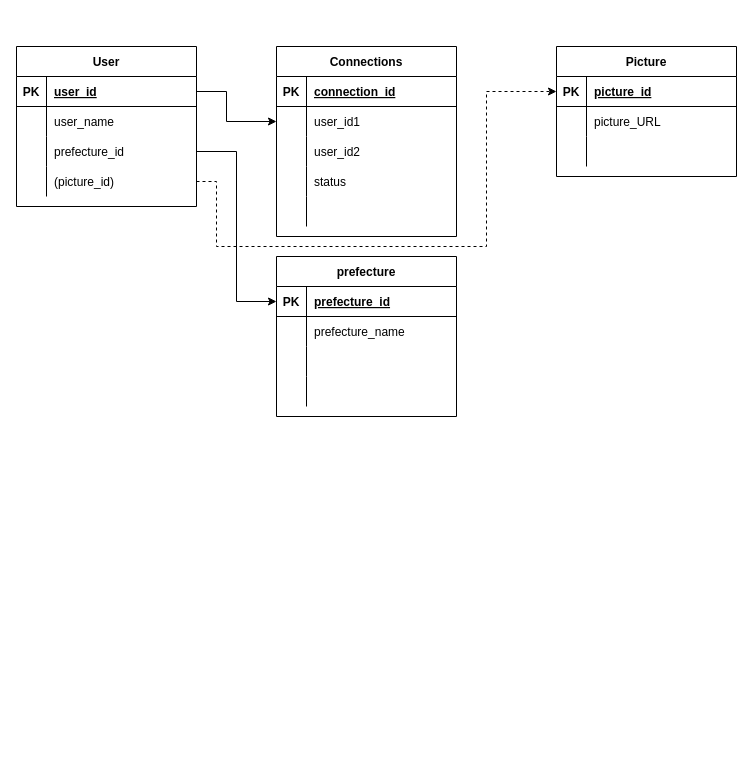
The draw.io diagram HackU_DB.drawio in alex64Doby/HackU, before the edit. Source tidied: cells renumbered, new cells numbered last; positions are measured from the earlier drawing's top-left corner, leaving out a move shared by most shapes. Both pictures are drawn from the tidied source at 100%, with x=0, y=0 at pixel (16, 46).
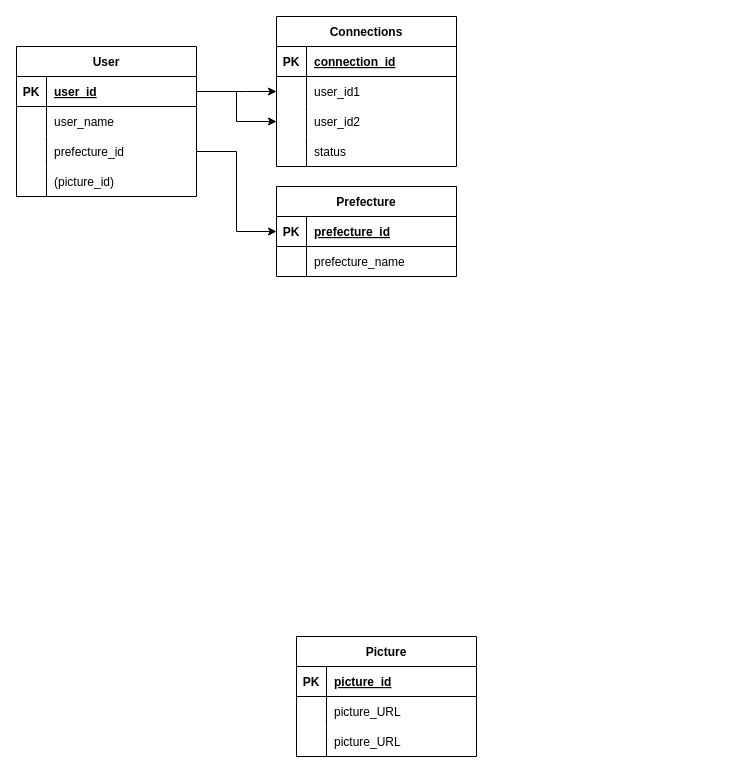
The same page after the edit.

Unchanged cells that the change refers to:
```xml
<mxCell id="3" style="shape=tableRow;horizontal=0;startSize=0;swimlaneHead=0;swimlaneBody=0;fillColor=none;points=[[0,0.5],[1,0.5]];portConstraint=eastwest;top=0;left=0;right=0;bottom=1;" parent="2" vertex="1">
  <mxGeometry y="30" width="180" height="30" as="geometry" />
</mxCell>
<mxCell id="12" style="shape=tableRow;horizontal=0;startSize=0;swimlaneHead=0;swimlaneBody=0;fillColor=none;points=[[0,0.5],[1,0.5]];portConstraint=eastwest;top=0;left=0;right=0;bottom=0;" parent="2" vertex="1">
  <mxGeometry y="120" width="180" height="30" as="geometry" />
</mxCell>
<mxCell id="33" style="shape=tableRow;horizontal=0;startSize=0;swimlaneHead=0;swimlaneBody=0;fillColor=none;points=[[0,0.5],[1,0.5]];portConstraint=eastwest;top=0;left=0;right=0;bottom=0;" parent="29" vertex="1">
  <mxGeometry y="60" width="180" height="30" as="geometry" />
</mxCell>
<mxCell id="36" style="shape=tableRow;horizontal=0;startSize=0;swimlaneHead=0;swimlaneBody=0;fillColor=none;points=[[0,0.5],[1,0.5]];portConstraint=eastwest;top=0;left=0;right=0;bottom=0;" parent="29" vertex="1">
  <mxGeometry y="90" width="180" height="30" as="geometry" />
</mxCell>
```

Change to the diagram source:
```diff
@@
+    <mxCell id="45" value="Picture" style="shape=table;startSize=30;childLayout=tableLayout;rowLines=0;fontStyle=1;align=center;" parent="1" vertex="1">
+      <mxGeometry x="280" y="590" width="180" height="120" as="geometry" />
+    </mxCell>
+    <mxCell id="46" style="shape=tableRow;horizontal=0;startSize=0;swimlaneHead=0;swimlaneBody=0;fillColor=none;points=[[0,0.5],[1,0.5]];portConstraint=eastwest;top=0;left=0;right=0;bottom=1;" parent="45" vertex="1">
+      <mxGeometry y="30" width="180" height="30" as="geometry" />
+    </mxCell>
+    <mxCell id="47" value="PK" style="shape=partialRectangle;fillColor=none;top=0;left=0;bottom=0;right=0;fontStyle=1;overflow=hidden;" parent="46" vertex="1">
+      <mxGeometry width="30" height="30" as="geometry" />
+    </mxCell>
+    <mxCell id="48" value="picture_id" style="shape=partialRectangle;fillColor=none;top=0;left=0;bottom=0;right=0;align=left;spacingLeft=6;fontStyle=5;overflow=hidden;" parent="46" vertex="1">
+      <mxGeometry x="30" width="150" height="30" as="geometry" />
+    </mxCell>
+    <mxCell id="57" style="shape=tableRow;horizontal=0;startSize=0;swimlaneHead=0;swimlaneBody=0;fillColor=none;top=0;left=0;right=0;bottom=0;" parent="45" vertex="1">
+      <mxGeometry y="60" width="180" height="30" as="geometry" />
+    </mxCell>
+    <mxCell id="58" style="shape=partialRectangle;fillColor=none;top=0;left=0;bottom=0;right=0;overflow=hidden;" parent="57" vertex="1">
+      <mxGeometry width="30" height="30" as="geometry" />
+    </mxCell>
+    <mxCell id="59" value="picture_URL" style="shape=partialRectangle;fillColor=none;top=0;left=0;bottom=0;right=0;align=left;spacingLeft=6;overflow=hidden;" parent="57" vertex="1">
+      <mxGeometry x="30" width="150" height="30" as="geometry" />
+    </mxCell>
+    <mxCell id="49" style="shape=tableRow;horizontal=0;startSize=0;swimlaneHead=0;swimlaneBody=0;fillColor=none;top=0;left=0;right=0;bottom=0;" parent="45" vertex="1">
+      <mxGeometry y="90" width="180" height="30" as="geometry" />
+    </mxCell>
+    <mxCell id="50" style="shape=partialRectangle;fillColor=none;top=0;left=0;bottom=0;right=0;overflow=hidden;" parent="49" vertex="1">
+      <mxGeometry width="30" height="30" as="geometry" />
+    </mxCell>
+    <mxCell id="51" value="picture_URL" style="shape=partialRectangle;fillColor=none;top=0;left=0;bottom=0;right=0;align=left;spacingLeft=6;overflow=hidden;" parent="49" vertex="1">
+      <mxGeometry x="30" width="150" height="30" as="geometry" />
+    </mxCell>
     <mxCell id="2" value="User" style="shape=table;startSize=30;childLayout=tableLayout;rowLines=0;fontStyle=1;align=center;" parent="1" vertex="1">
-      <mxGeometry width="180" height="160" as="geometry" />
+      <mxGeometry width="180" height="150" as="geometry" />
     </mxCell>
@@
-    <mxCell id="15" value="prefecture" style="shape=table;startSize=30;childLayout=tableLayout;rowLines=0;fontStyle=1;align=center;" parent="1" vertex="1">
-      <mxGeometry x="260" y="210" width="180" height="160" as="geometry" />
+    <mxCell id="15" value="Prefecture" style="shape=table;startSize=30;childLayout=tableLayout;rowLines=0;fontStyle=1;align=center;" parent="1" vertex="1">
+      <mxGeometry x="260" y="140" width="180" height="90" as="geometry" />
     </mxCell>
@@
-    <mxCell id="22" style="shape=tableRow;horizontal=0;startSize=0;swimlaneHead=0;swimlaneBody=0;fillColor=none;top=0;left=0;right=0;bottom=0;" parent="15" vertex="1">
-      <mxGeometry y="90" width="180" height="30" as="geometry" />
-    </mxCell>
-    <mxCell id="23" style="shape=partialRectangle;fillColor=none;top=0;left=0;bottom=0;right=0;overflow=hidden;" parent="22" vertex="1">
-      <mxGeometry width="30" height="30" as="geometry" />
-    </mxCell>
-    <mxCell id="24" style="shape=partialRectangle;fillColor=none;top=0;left=0;bottom=0;right=0;align=left;spacingLeft=6;overflow=hidden;" parent="22" vertex="1">
-      <mxGeometry x="30" width="150" height="30" as="geometry" />
-    </mxCell>
-    <mxCell id="25" style="shape=tableRow;horizontal=0;startSize=0;swimlaneHead=0;swimlaneBody=0;fillColor=none;top=0;left=0;right=0;bottom=0;" parent="15" vertex="1">
-      <mxGeometry y="120" width="180" height="30" as="geometry" />
-    </mxCell>
-    <mxCell id="26" style="shape=partialRectangle;fillColor=none;top=0;left=0;bottom=0;right=0;overflow=hidden;" parent="25" vertex="1">
-      <mxGeometry width="30" height="30" as="geometry" />
-    </mxCell>
-    <mxCell id="27" style="shape=partialRectangle;fillColor=none;top=0;left=0;bottom=0;right=0;align=left;spacingLeft=6;overflow=hidden;" parent="25" vertex="1">
-      <mxGeometry x="30" width="150" height="30" as="geometry" />
-    </mxCell>
@@
     <mxCell id="29" value="Connections" style="shape=table;startSize=30;childLayout=tableLayout;rowLines=0;fontStyle=1;align=center;" parent="1" vertex="1">
-      <mxGeometry x="260" width="180" height="190" as="geometry" />
+      <mxGeometry x="260" y="-30" width="180" height="150" as="geometry" />
     </mxCell>
@@
-    <mxCell id="42" style="shape=tableRow;horizontal=0;startSize=0;swimlaneHead=0;swimlaneBody=0;fillColor=none;top=0;left=0;right=0;bottom=0;" parent="29" vertex="1">
-      <mxGeometry y="150" width="180" height="30" as="geometry" />
-    </mxCell>
-    <mxCell id="43" style="shape=partialRectangle;fillColor=none;top=0;left=0;bottom=0;right=0;overflow=hidden;" parent="42" vertex="1">
-      <mxGeometry width="30" height="30" as="geometry" />
-    </mxCell>
-    <mxCell id="44" style="shape=partialRectangle;fillColor=none;top=0;left=0;bottom=0;right=0;align=left;spacingLeft=6;overflow=hidden;" parent="42" vertex="1">
-      <mxGeometry x="30" width="150" height="30" as="geometry" />
-    </mxCell>
-    <mxCell id="45" value="Picture" style="shape=table;startSize=30;childLayout=tableLayout;rowLines=0;fontStyle=1;align=center;" parent="1" vertex="1">
-      <mxGeometry x="540" width="180" height="130" as="geometry" />
-    </mxCell>
-    <mxCell id="46" style="shape=tableRow;horizontal=0;startSize=0;swimlaneHead=0;swimlaneBody=0;fillColor=none;points=[[0,0.5],[1,0.5]];portConstraint=eastwest;top=0;left=0;right=0;bottom=1;" parent="45" vertex="1">
-      <mxGeometry y="30" width="180" height="30" as="geometry" />
-    </mxCell>
-    <mxCell id="47" value="PK" style="shape=partialRectangle;fillColor=none;top=0;left=0;bottom=0;right=0;fontStyle=1;overflow=hidden;" parent="46" vertex="1">
-      <mxGeometry width="30" height="30" as="geometry" />
-    </mxCell>
-    <mxCell id="48" value="picture_id" style="shape=partialRectangle;fillColor=none;top=0;left=0;bottom=0;right=0;align=left;spacingLeft=6;fontStyle=5;overflow=hidden;" parent="46" vertex="1">
-      <mxGeometry x="30" width="150" height="30" as="geometry" />
-    </mxCell>
-    <mxCell id="49" style="shape=tableRow;horizontal=0;startSize=0;swimlaneHead=0;swimlaneBody=0;fillColor=none;top=0;left=0;right=0;bottom=0;" parent="45" vertex="1">
-      <mxGeometry y="60" width="180" height="30" as="geometry" />
-    </mxCell>
-    <mxCell id="50" style="shape=partialRectangle;fillColor=none;top=0;left=0;bottom=0;right=0;overflow=hidden;" parent="49" vertex="1">
-      <mxGeometry width="30" height="30" as="geometry" />
-    </mxCell>
-    <mxCell id="51" value="picture_URL" style="shape=partialRectangle;fillColor=none;top=0;left=0;bottom=0;right=0;align=left;spacingLeft=6;overflow=hidden;" parent="49" vertex="1">
-      <mxGeometry x="30" width="150" height="30" as="geometry" />
-    </mxCell>
-    <mxCell id="52" style="shape=tableRow;horizontal=0;startSize=0;swimlaneHead=0;swimlaneBody=0;fillColor=none;top=0;left=0;right=0;bottom=0;" parent="45" vertex="1">
-      <mxGeometry y="90" width="180" height="30" as="geometry" />
-    </mxCell>
-    <mxCell id="53" style="shape=partialRectangle;fillColor=none;top=0;left=0;bottom=0;right=0;overflow=hidden;" parent="52" vertex="1">
-      <mxGeometry width="30" height="30" as="geometry" />
-    </mxCell>
-    <mxCell id="54" style="shape=partialRectangle;fillColor=none;top=0;left=0;bottom=0;right=0;align=left;spacingLeft=6;overflow=hidden;fontStyle=0;" parent="52" vertex="1">
-      <mxGeometry x="30" width="150" height="30" as="geometry" />
-    </mxCell>
     <mxCell id="55" style="edgeStyle=orthogonalEdgeStyle;rounded=0;jettySize=auto;html=1;exitX=1;exitY=0.5;exitDx=0;exitDy=0;entryX=0;entryY=0.5;entryDx=0;entryDy=0;" parent="1" edge="1" source="3" target="33">
       <mxGeometry relative="1" as="geometry">
         <Array as="points">
-          <mxPoint x="210" y="45" />
-          <mxPoint x="210" y="75" />
+          <mxPoint x="230" y="45" />
+          <mxPoint x="230" y="45" />
         </Array>
       </mxGeometry>
     </mxCell>
-    <mxCell id="56" style="edgeStyle=orthogonalEdgeStyle;rounded=0;jettySize=auto;html=1;exitX=1;exitY=0.5;exitDx=0;exitDy=0;entryX=0;entryY=0.5;entryDx=0;entryDy=0;dashed=1;" parent="1" edge="1" source="12" target="46">
-      <mxGeometry relative="1" as="geometry">
-        <Array as="points">
-          <mxPoint x="200" y="135" />
-          <mxPoint x="200" y="200" />
-          <mxPoint x="470" y="200" />
-          <mxPoint x="470" y="45" />
-        </Array>
-      </mxGeometry>
-    </mxCell>
+    <mxCell id="60" style="edgeStyle=orthogonalEdgeStyle;rounded=0;jettySize=auto;html=1;exitX=1;exitY=0.5;exitDx=0;exitDy=0;entryX=0;entryY=0.5;entryDx=0;entryDy=0;" parent="1" edge="1" source="3" target="36">
+      <mxGeometry relative="1" as="geometry">
+        <Array as="points">
+          <mxPoint x="220" y="45" />
+          <mxPoint x="220" y="75" />
+        </Array>
+      </mxGeometry>
+    </mxCell>
```
